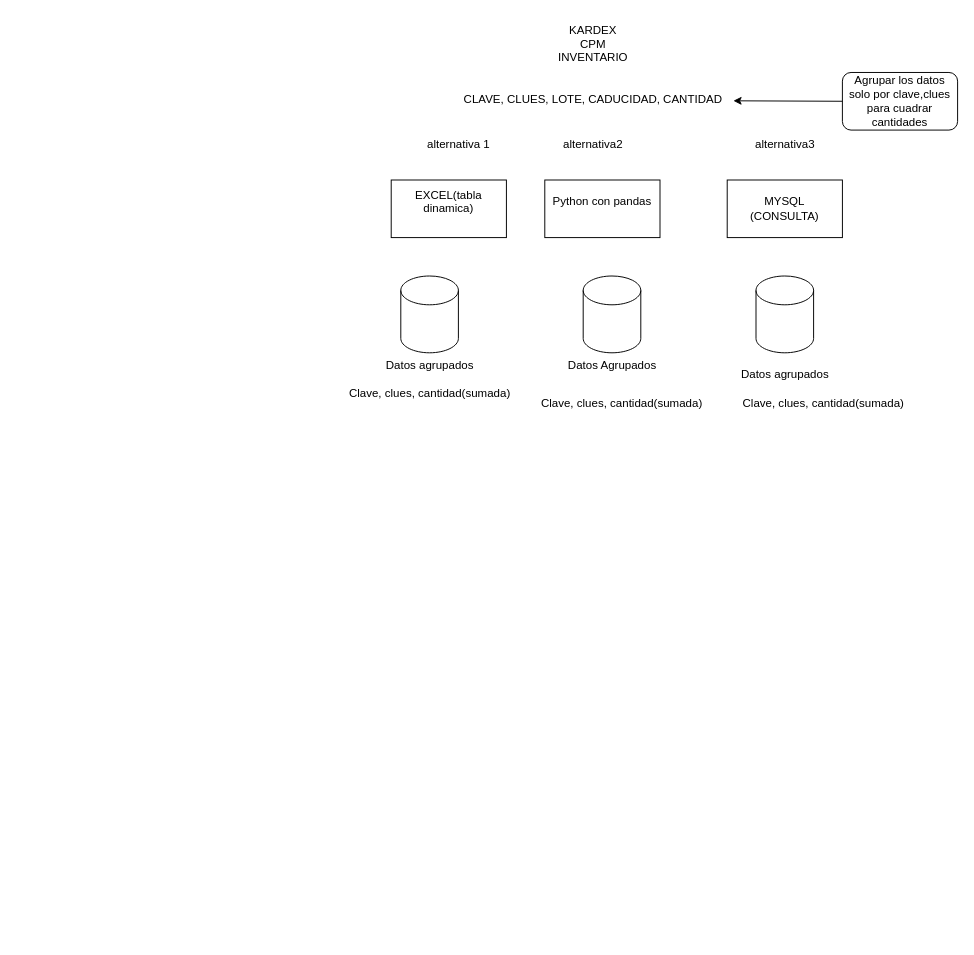
This is EjemploResumen.drawio from ErnestoDanielTafoyaMolinaCYM/clases-cat-cym, a draw.io file, before an edit. Source tidied: cells renumbered, new cells numbered last; positions are measured from the earlier drawing's top-left corner, leaving out a move shared by most shapes. Both pictures are drawn from the tidied source at 96%, with x=0, y=0 at pixel (338, 16).
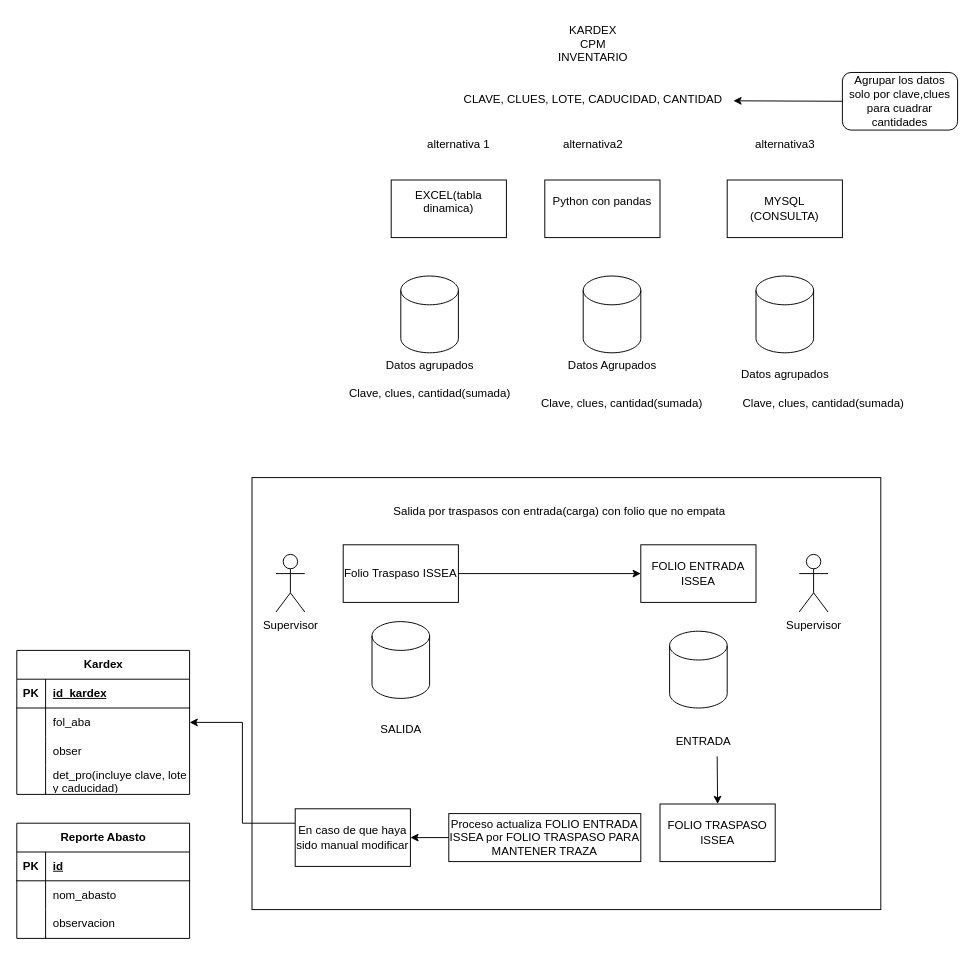
After the change.

Change to the diagram source:
```diff
@@
+    <mxCell id="20" style="rounded=0;whiteSpace=wrap;html=1;" parent="1" vertex="1">
+      <mxGeometry x="-90" y="480" width="655" height="450" as="geometry" />
+    </mxCell>
@@
+    <mxCell id="21" style="edgeStyle=orthogonalEdgeStyle;rounded=0;jettySize=auto;html=1;exitX=1;exitY=0.5;exitDx=0;exitDy=0;" parent="1" edge="1" source="22" target="26">
+      <mxGeometry relative="1" as="geometry" />
+    </mxCell>
+    <mxCell id="22" value="Folio Traspaso ISSEA" style="rounded=0;whiteSpace=wrap;html=1;" parent="1" vertex="1">
+      <mxGeometry x="5" y="550" width="120" height="60" as="geometry" />
+    </mxCell>
+    <mxCell id="23" style="shape=cylinder3;whiteSpace=wrap;html=1;boundedLbl=1;backgroundOutline=1;size=15;" parent="1" vertex="1">
+      <mxGeometry x="35" y="630" width="60" height="80" as="geometry" />
+    </mxCell>
+    <mxCell id="24" value="SALIDA" style="text;html=1;align=center;verticalAlign=middle;strokeColor=none;fillColor=none;" parent="1" vertex="1">
+      <mxGeometry x="30" y="728" width="70" height="30" as="geometry" />
+    </mxCell>
+    <mxCell id="25" value="Salida por traspasos con entrada(carga) con folio que no empata" style="text;html=1;align=center;verticalAlign=middle;strokeColor=none;fillColor=none;" parent="1" vertex="1">
+      <mxGeometry x="45" y="500" width="370" height="30" as="geometry" />
+    </mxCell>
+    <mxCell id="26" value="FOLIO ENTRADA ISSEA" style="rounded=0;whiteSpace=wrap;html=1;" parent="1" vertex="1">
+      <mxGeometry x="315" y="550" width="120" height="60" as="geometry" />
+    </mxCell>
+    <mxCell id="27" style="shape=cylinder3;whiteSpace=wrap;html=1;boundedLbl=1;backgroundOutline=1;size=15;" parent="1" vertex="1">
+      <mxGeometry x="345" y="640" width="60" height="80" as="geometry" />
+    </mxCell>
+    <mxCell id="28" value="ENTRADA" style="text;html=1;align=center;verticalAlign=middle;points=[];strokeColor=none;fillColor=none;" parent="1" vertex="1">
+      <mxGeometry x="340" y="740" width="80" height="30" as="geometry" />
+    </mxCell>
+    <mxCell id="29" value="Supervisor" style="shape=umlActor;verticalLabelPosition=bottom;verticalAlign=top;html=1;" parent="1" vertex="1">
+      <mxGeometry x="-65" y="560" width="30" height="60" as="geometry" />
+    </mxCell>
+    <mxCell id="30" value="Supervisor" style="shape=umlActor;verticalLabelPosition=bottom;verticalAlign=top;html=1;" parent="1" vertex="1">
+      <mxGeometry x="480" y="560" width="30" height="60" as="geometry" />
+    </mxCell>
+    <mxCell id="31" style="edgeStyle=orthogonalEdgeStyle;rounded=0;jettySize=auto;html=1;" parent="1" edge="1" source="32" target="36">
+      <mxGeometry relative="1" as="geometry" />
+    </mxCell>
+    <mxCell id="32" value="Proceso actualiza FOLIO ENTRADA ISSEA por FOLIO TRASPASO PARA MANTENER TRAZA" style="rounded=0;whiteSpace=wrap;html=1;" parent="1" vertex="1">
+      <mxGeometry x="115" y="830" width="200" height="50" as="geometry" />
+    </mxCell>
+    <mxCell id="33" value="FOLIO TRASPASO ISSEA" style="rounded=0;whiteSpace=wrap;html=1;" parent="1" vertex="1">
+      <mxGeometry x="335" y="820" width="120" height="60" as="geometry" />
+    </mxCell>
+    <mxCell id="34" style="endArrow=classic;html=1;rounded=0;entryX=0.5;entryY=0;entryDx=0;entryDy=0;exitX=0.682;exitY=1.014;exitDx=0;exitDy=0;exitPerimeter=0;" parent="1" edge="1" source="28" target="33">
+      <mxGeometry relative="1" as="geometry" />
+    </mxCell>
+    <mxCell id="35" style="edgeStyle=orthogonalEdgeStyle;rounded=0;jettySize=auto;html=1;exitX=0;exitY=0.25;exitDx=0;exitDy=0;entryX=1;entryY=0.5;entryDx=0;entryDy=0;" parent="1" edge="1" source="36" target="41">
+      <mxGeometry relative="1" as="geometry" />
+    </mxCell>
+    <mxCell id="36" value="En caso de que haya sido manual modificar" style="whiteSpace=wrap;html=1;rounded=0;" parent="1" vertex="1">
+      <mxGeometry x="-45" y="825" width="120" height="60" as="geometry" />
+    </mxCell>
+    <mxCell id="37" value="Kardex" style="shape=table;startSize=30;childLayout=tableLayout;rowLines=0;fontStyle=1;align=center;html=1;" parent="1" vertex="1">
+      <mxGeometry x="-335" y="660" width="180" height="150" as="geometry" />
+    </mxCell>
+    <mxCell id="38" style="shape=tableRow;horizontal=0;startSize=0;swimlaneHead=0;swimlaneBody=0;fillColor=none;top=0;left=0;right=0;bottom=1;" parent="37" vertex="1">
+      <mxGeometry y="30" width="180" height="30" as="geometry" />
+    </mxCell>
+    <mxCell id="39" value="PK" style="shape=partialRectangle;fillColor=none;top=0;left=0;bottom=0;right=0;fontStyle=1;overflow=hidden;whiteSpace=wrap;html=1;" parent="38" vertex="1">
+      <mxGeometry width="30" height="30" as="geometry" />
+    </mxCell>
+    <mxCell id="40" value="id_kardex" style="shape=partialRectangle;fillColor=none;top=0;left=0;bottom=0;right=0;align=left;spacingLeft=6;fontStyle=5;overflow=hidden;whiteSpace=wrap;html=1;" parent="38" vertex="1">
+      <mxGeometry x="30" width="150" height="30" as="geometry" />
+    </mxCell>
+    <mxCell id="41" style="shape=tableRow;horizontal=0;startSize=0;swimlaneHead=0;swimlaneBody=0;fillColor=none;points=[[0,0.5],[1,0.5]];portConstraint=eastwest;top=0;left=0;right=0;bottom=0;" parent="37" vertex="1">
+      <mxGeometry y="60" width="180" height="30" as="geometry" />
+    </mxCell>
+    <mxCell id="42" style="shape=partialRectangle;fillColor=none;top=0;left=0;bottom=0;right=0;overflow=hidden;whiteSpace=wrap;html=1;" parent="41" vertex="1">
+      <mxGeometry width="30" height="30" as="geometry" />
+    </mxCell>
+    <mxCell id="43" value="fol_aba" style="shape=partialRectangle;fillColor=none;top=0;left=0;bottom=0;right=0;align=left;spacingLeft=6;overflow=hidden;whiteSpace=wrap;html=1;" parent="41" vertex="1">
+      <mxGeometry x="30" width="150" height="30" as="geometry" />
+    </mxCell>
+    <mxCell id="44" style="shape=tableRow;horizontal=0;startSize=0;swimlaneHead=0;swimlaneBody=0;fillColor=none;top=0;left=0;right=0;bottom=0;" parent="37" vertex="1">
+      <mxGeometry y="90" width="180" height="30" as="geometry" />
+    </mxCell>
+    <mxCell id="45" style="shape=partialRectangle;fillColor=none;top=0;left=0;bottom=0;right=0;overflow=hidden;whiteSpace=wrap;html=1;" parent="44" vertex="1">
+      <mxGeometry width="30" height="30" as="geometry" />
+    </mxCell>
+    <mxCell id="46" value="obser" style="shape=partialRectangle;fillColor=none;top=0;left=0;bottom=0;right=0;align=left;spacingLeft=6;overflow=hidden;whiteSpace=wrap;html=1;" parent="44" vertex="1">
+      <mxGeometry x="30" width="150" height="30" as="geometry" />
+    </mxCell>
+    <mxCell id="47" style="shape=tableRow;horizontal=0;startSize=0;swimlaneHead=0;swimlaneBody=0;fillColor=none;top=0;left=0;right=0;bottom=0;" parent="37" vertex="1">
+      <mxGeometry y="120" width="180" height="30" as="geometry" />
+    </mxCell>
+    <mxCell id="48" style="shape=partialRectangle;fillColor=none;top=0;left=0;bottom=0;right=0;overflow=hidden;whiteSpace=wrap;html=1;" parent="47" vertex="1">
+      <mxGeometry width="30" height="30" as="geometry" />
+    </mxCell>
+    <mxCell id="49" value="det_pro(incluye clave, lote y caducidad)" style="shape=partialRectangle;fillColor=none;top=0;left=0;bottom=0;right=0;align=left;spacingLeft=6;overflow=hidden;whiteSpace=wrap;html=1;" parent="47" vertex="1">
+      <mxGeometry x="30" width="150" height="30" as="geometry" />
+    </mxCell>
+    <mxCell id="50" value="Reporte Abasto" style="shape=table;startSize=30;childLayout=tableLayout;rowLines=0;fontStyle=1;align=center;html=1;" parent="1" vertex="1">
+      <mxGeometry x="-335" y="840" width="180" height="120" as="geometry" />
+    </mxCell>
+    <mxCell id="51" style="shape=tableRow;horizontal=0;startSize=0;swimlaneHead=0;swimlaneBody=0;fillColor=none;top=0;left=0;right=0;bottom=1;" parent="50" vertex="1">
+      <mxGeometry y="30" width="180" height="30" as="geometry" />
+    </mxCell>
+    <mxCell id="52" value="PK" style="shape=partialRectangle;fillColor=none;top=0;left=0;bottom=0;right=0;fontStyle=1;overflow=hidden;whiteSpace=wrap;html=1;" parent="51" vertex="1">
+      <mxGeometry width="30" height="30" as="geometry" />
+    </mxCell>
+    <mxCell id="53" value="id" style="shape=partialRectangle;fillColor=none;top=0;left=0;bottom=0;right=0;align=left;spacingLeft=6;fontStyle=5;overflow=hidden;whiteSpace=wrap;html=1;" parent="51" vertex="1">
+      <mxGeometry x="30" width="150" height="30" as="geometry" />
+    </mxCell>
+    <mxCell id="54" style="shape=tableRow;horizontal=0;startSize=0;swimlaneHead=0;swimlaneBody=0;fillColor=none;top=0;left=0;right=0;bottom=0;" parent="50" vertex="1">
+      <mxGeometry y="60" width="180" height="30" as="geometry" />
+    </mxCell>
+    <mxCell id="55" style="shape=partialRectangle;fillColor=none;top=0;left=0;bottom=0;right=0;overflow=hidden;whiteSpace=wrap;html=1;" parent="54" vertex="1">
+      <mxGeometry width="30" height="30" as="geometry" />
+    </mxCell>
+    <mxCell id="56" value="nom_abasto" style="shape=partialRectangle;fillColor=none;top=0;left=0;bottom=0;right=0;align=left;spacingLeft=6;overflow=hidden;whiteSpace=wrap;html=1;" parent="54" vertex="1">
+      <mxGeometry x="30" width="150" height="30" as="geometry" />
+    </mxCell>
+    <mxCell id="57" style="shape=tableRow;horizontal=0;startSize=0;swimlaneHead=0;swimlaneBody=0;fillColor=none;top=0;left=0;right=0;bottom=0;" parent="50" vertex="1">
+      <mxGeometry y="90" width="180" height="30" as="geometry" />
+    </mxCell>
+    <mxCell id="58" style="shape=partialRectangle;fillColor=none;top=0;left=0;bottom=0;right=0;overflow=hidden;whiteSpace=wrap;html=1;" parent="57" vertex="1">
+      <mxGeometry width="30" height="30" as="geometry" />
+    </mxCell>
+    <mxCell id="59" value="observacion" style="shape=partialRectangle;fillColor=none;top=0;left=0;bottom=0;right=0;align=left;spacingLeft=6;overflow=hidden;whiteSpace=wrap;html=1;" parent="57" vertex="1">
+      <mxGeometry x="30" width="150" height="30" as="geometry" />
+    </mxCell>
```
